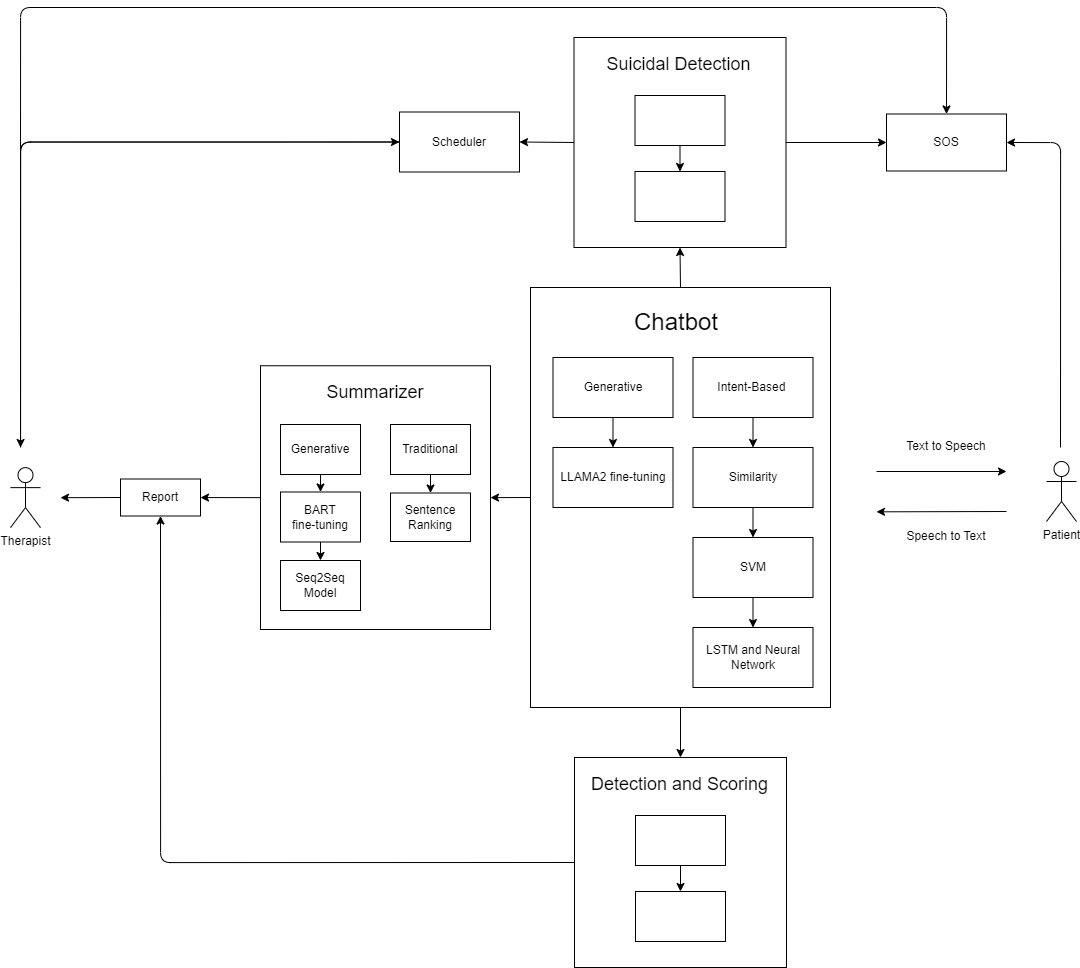
Before: report/models.png, a diagram exported from draw.io (Better-Call-Soul/Soul-AI). Source tidied: cells renumbered, new cells last; positions are measured from the earlier drawing's top-left corner, leaving out a move shared by most shapes. Source of this version:
```xml
<mxGraphModel>
  <root>
    <mxCell id="0" />
    <mxCell id="1" parent="0" />
    <mxCell id="2" style="edgeStyle=none;html=1;" parent="1" edge="1">
      <mxGeometry relative="1" as="geometry">
        <mxPoint x="866" y="464" as="sourcePoint" />
        <mxPoint x="996" y="464" as="targetPoint" />
      </mxGeometry>
    </mxCell>
    <mxCell id="3" style="edgeStyle=none;html=1;exitX=0;exitY=0.5;exitDx=0;exitDy=0;entryX=1;entryY=0.5;entryDx=0;entryDy=0;" parent="1" edge="1" source="6" target="26">
      <mxGeometry relative="1" as="geometry" />
    </mxCell>
    <mxCell id="4" style="edgeStyle=none;html=1;exitX=0.5;exitY=1;exitDx=0;exitDy=0;entryX=0.5;entryY=0;entryDx=0;entryDy=0;" parent="1" edge="1" source="6" target="23">
      <mxGeometry relative="1" as="geometry" />
    </mxCell>
    <mxCell id="5" style="html=1;exitX=0.5;exitY=0;exitDx=0;exitDy=0;entryX=0.5;entryY=1;entryDx=0;entryDy=0;fontSize=18;" parent="1" edge="1" source="6" target="47">
      <mxGeometry relative="1" as="geometry" />
    </mxCell>
    <mxCell id="6" style="rounded=0;whiteSpace=wrap;html=1;" parent="1" vertex="1">
      <mxGeometry x="520" y="280" width="300" height="420" as="geometry" />
    </mxCell>
    <mxCell id="7" style="edgeStyle=none;html=1;" parent="1" edge="1" source="8" target="13">
      <mxGeometry relative="1" as="geometry" />
    </mxCell>
    <mxCell id="8" value="Intent-Based&amp;nbsp;" style="rounded=0;whiteSpace=wrap;html=1;" parent="1" vertex="1">
      <mxGeometry x="682.5" y="350" width="120" height="60" as="geometry" />
    </mxCell>
    <mxCell id="9" value="&lt;font style=&quot;font-size: 24px;&quot;&gt;Chatbot&lt;/font&gt;" style="text;html=1;strokeColor=none;fillColor=none;align=center;verticalAlign=middle;whiteSpace=wrap;rounded=0;" parent="1" vertex="1">
      <mxGeometry x="600" y="300" width="132.5" height="30" as="geometry" />
    </mxCell>
    <mxCell id="10" style="edgeStyle=none;html=1;" parent="1" edge="1" source="11" target="17">
      <mxGeometry relative="1" as="geometry" />
    </mxCell>
    <mxCell id="11" value="Generative" style="rounded=0;whiteSpace=wrap;html=1;" parent="1" vertex="1">
      <mxGeometry x="542.5" y="350" width="120" height="60" as="geometry" />
    </mxCell>
    <mxCell id="12" style="edgeStyle=none;html=1;" parent="1" edge="1" source="13" target="15">
      <mxGeometry relative="1" as="geometry" />
    </mxCell>
    <mxCell id="13" value="Similarity" style="whiteSpace=wrap;html=1;rounded=0;" parent="1" vertex="1">
      <mxGeometry x="682.5" y="440" width="120" height="60" as="geometry" />
    </mxCell>
    <mxCell id="14" style="edgeStyle=none;html=1;" parent="1" edge="1" source="15" target="16">
      <mxGeometry relative="1" as="geometry" />
    </mxCell>
    <mxCell id="15" value="SVM" style="whiteSpace=wrap;html=1;rounded=0;" parent="1" vertex="1">
      <mxGeometry x="682.5" y="530" width="120" height="60" as="geometry" />
    </mxCell>
    <mxCell id="16" value="LSTM and Neural Network" style="whiteSpace=wrap;html=1;rounded=0;" parent="1" vertex="1">
      <mxGeometry x="682.5" y="620" width="120" height="60" as="geometry" />
    </mxCell>
    <mxCell id="17" value="LLAMA2 fine-tuning" style="whiteSpace=wrap;html=1;rounded=0;" parent="1" vertex="1">
      <mxGeometry x="542.5" y="440" width="120" height="60" as="geometry" />
    </mxCell>
    <mxCell id="18" value="Patient&lt;br&gt;" style="shape=umlActor;verticalLabelPosition=bottom;verticalAlign=top;html=1;" parent="1" vertex="1">
      <mxGeometry x="1036" y="454" width="30" height="60" as="geometry" />
    </mxCell>
    <mxCell id="19" style="edgeStyle=none;html=1;" parent="1" edge="1">
      <mxGeometry relative="1" as="geometry">
        <mxPoint x="996" y="504" as="sourcePoint" />
        <mxPoint x="866" y="504.3" as="targetPoint" />
      </mxGeometry>
    </mxCell>
    <mxCell id="20" value="Text to Speech" style="text;html=1;strokeColor=none;fillColor=none;align=center;verticalAlign=middle;whiteSpace=wrap;rounded=0;" parent="1" vertex="1">
      <mxGeometry x="846" y="424" width="180" height="30" as="geometry" />
    </mxCell>
    <mxCell id="21" value="Speech to Text" style="text;html=1;strokeColor=none;fillColor=none;align=center;verticalAlign=middle;whiteSpace=wrap;rounded=0;" parent="1" vertex="1">
      <mxGeometry x="846" y="514" width="180" height="30" as="geometry" />
    </mxCell>
    <mxCell id="22" style="edgeStyle=orthogonalEdgeStyle;html=1;exitX=0;exitY=0.5;exitDx=0;exitDy=0;entryX=0.5;entryY=1;entryDx=0;entryDy=0;" parent="1" edge="1" source="23" target="34">
      <mxGeometry relative="1" as="geometry" />
    </mxCell>
    <mxCell id="23" style="rounded=0;whiteSpace=wrap;html=1;" parent="1" vertex="1">
      <mxGeometry x="564" y="750" width="212" height="210" as="geometry" />
    </mxCell>
    <mxCell id="24" value="&lt;font style=&quot;font-size: 18px;&quot;&gt;Detection and Scoring&lt;/font&gt;" style="text;html=1;strokeColor=none;fillColor=none;align=center;verticalAlign=middle;whiteSpace=wrap;rounded=0;" parent="1" vertex="1">
      <mxGeometry x="542.5" y="761.5" width="252.5" height="30" as="geometry" />
    </mxCell>
    <mxCell id="25" style="edgeStyle=none;html=1;exitX=0;exitY=0.5;exitDx=0;exitDy=0;" parent="1" edge="1" source="26" target="34">
      <mxGeometry relative="1" as="geometry" />
    </mxCell>
    <mxCell id="26" style="rounded=0;whiteSpace=wrap;html=1;" parent="1" vertex="1">
      <mxGeometry x="250" y="358.2" width="230" height="263.8" as="geometry" />
    </mxCell>
    <mxCell id="27" value="&lt;font style=&quot;font-size: 18px;&quot;&gt;Summarizer&lt;/font&gt;" style="text;html=1;strokeColor=none;fillColor=none;align=center;verticalAlign=middle;whiteSpace=wrap;rounded=0;" parent="1" vertex="1">
      <mxGeometry x="335" y="370" width="60" height="30" as="geometry" />
    </mxCell>
    <mxCell id="28" style="edgeStyle=none;html=1;" parent="1" edge="1" source="29" target="32">
      <mxGeometry relative="1" as="geometry" />
    </mxCell>
    <mxCell id="29" value="Traditional" style="rounded=0;whiteSpace=wrap;html=1;" parent="1" vertex="1">
      <mxGeometry x="380" y="417" width="80" height="50" as="geometry" />
    </mxCell>
    <mxCell id="30" style="edgeStyle=none;html=1;exitX=0.5;exitY=1;exitDx=0;exitDy=0;entryX=0.5;entryY=0;entryDx=0;entryDy=0;fontSize=18;" parent="1" edge="1" source="31" target="53">
      <mxGeometry relative="1" as="geometry" />
    </mxCell>
    <mxCell id="31" value="Generative" style="rounded=0;whiteSpace=wrap;html=1;" parent="1" vertex="1">
      <mxGeometry x="270" y="417" width="80" height="50" as="geometry" />
    </mxCell>
    <mxCell id="32" value="Sentence Ranking" style="whiteSpace=wrap;html=1;rounded=0;" parent="1" vertex="1">
      <mxGeometry x="380" y="485.5" width="80" height="48.5" as="geometry" />
    </mxCell>
    <mxCell id="33" style="edgeStyle=none;html=1;exitX=0;exitY=0.5;exitDx=0;exitDy=0;fontSize=18;" parent="1" edge="1" source="34">
      <mxGeometry relative="1" as="geometry">
        <mxPoint x="50" y="490.2" as="targetPoint" />
      </mxGeometry>
    </mxCell>
    <mxCell id="34" value="Report" style="rounded=0;whiteSpace=wrap;html=1;" parent="1" vertex="1">
      <mxGeometry x="110" y="471.5" width="80" height="37" as="geometry" />
    </mxCell>
    <mxCell id="35" style="edgeStyle=orthogonalEdgeStyle;html=1;exitX=0;exitY=0.5;exitDx=0;exitDy=0;" parent="1" edge="1" source="37">
      <mxGeometry relative="1" as="geometry">
        <mxPoint x="10" y="440" as="targetPoint" />
        <Array as="points">
          <mxPoint x="10" y="134" />
          <mxPoint x="10" y="440" />
        </Array>
      </mxGeometry>
    </mxCell>
    <mxCell id="36" style="html=1;exitX=0;exitY=0.5;exitDx=0;exitDy=0;fontSize=18;entryX=0;entryY=0.5;entryDx=0;entryDy=0;edgeStyle=orthogonalEdgeStyle;" parent="1" edge="1" target="37">
      <mxGeometry relative="1" as="geometry">
        <mxPoint x="10" y="440" as="sourcePoint" />
        <Array as="points">
          <mxPoint x="10" y="135" />
        </Array>
      </mxGeometry>
    </mxCell>
    <mxCell id="37" value="Scheduler" style="rounded=0;whiteSpace=wrap;html=1;" parent="1" vertex="1">
      <mxGeometry x="389" y="104.5" width="120" height="60" as="geometry" />
    </mxCell>
    <mxCell id="38" value="Therapist" style="shape=umlActor;verticalLabelPosition=bottom;verticalAlign=top;html=1;" parent="1" vertex="1">
      <mxGeometry y="460.1" width="30" height="60" as="geometry" />
    </mxCell>
    <mxCell id="39" style="edgeStyle=orthogonalEdgeStyle;html=1;exitX=1;exitY=0.5;exitDx=0;exitDy=0;fontSize=18;entryX=1;entryY=0.5;entryDx=0;entryDy=0;" parent="1" edge="1" target="40">
      <mxGeometry relative="1" as="geometry">
        <mxPoint x="1050" y="440" as="sourcePoint" />
        <Array as="points">
          <mxPoint x="1050" y="135" />
        </Array>
      </mxGeometry>
    </mxCell>
    <mxCell id="40" value="SOS" style="rounded=0;whiteSpace=wrap;html=1;" parent="1" vertex="1">
      <mxGeometry x="876" y="106.5" width="120" height="57" as="geometry" />
    </mxCell>
    <mxCell id="41" style="endArrow=classic;html=1;entryX=0.5;entryY=0;entryDx=0;entryDy=0;edgeStyle=orthogonalEdgeStyle;" parent="1" edge="1" target="40">
      <mxGeometry relative="1" as="geometry">
        <mxPoint x="10" y="150" as="sourcePoint" />
        <Array as="points">
          <mxPoint x="10" />
          <mxPoint x="936" />
        </Array>
      </mxGeometry>
    </mxCell>
    <mxCell id="42" style="edgeStyle=orthogonalEdgeStyle;html=1;fontSize=24;entryX=0.5;entryY=0;entryDx=0;entryDy=0;" parent="1" edge="1" source="43" target="44">
      <mxGeometry relative="1" as="geometry" />
    </mxCell>
    <mxCell id="43" style="rounded=0;whiteSpace=wrap;html=1;fontSize=24;" parent="1" vertex="1">
      <mxGeometry x="625" y="808" width="90" height="50" as="geometry" />
    </mxCell>
    <mxCell id="44" style="rounded=0;whiteSpace=wrap;html=1;fontSize=24;" parent="1" vertex="1">
      <mxGeometry x="625" y="884" width="90" height="50" as="geometry" />
    </mxCell>
    <mxCell id="45" style="edgeStyle=none;html=1;exitX=1;exitY=0.5;exitDx=0;exitDy=0;entryX=0;entryY=0.5;entryDx=0;entryDy=0;fontSize=18;" parent="1" edge="1" source="47" target="40">
      <mxGeometry relative="1" as="geometry" />
    </mxCell>
    <mxCell id="46" style="html=1;exitX=0;exitY=0.5;exitDx=0;exitDy=0;entryX=1;entryY=0.5;entryDx=0;entryDy=0;fontSize=18;" parent="1" edge="1" source="47" target="37">
      <mxGeometry relative="1" as="geometry" />
    </mxCell>
    <mxCell id="47" style="rounded=0;whiteSpace=wrap;html=1;" parent="1" vertex="1">
      <mxGeometry x="563.5" y="30" width="212" height="210" as="geometry" />
    </mxCell>
    <mxCell id="48" value="&lt;font style=&quot;font-size: 18px;&quot;&gt;Suicidal Detection&lt;/font&gt;" style="text;html=1;strokeColor=none;fillColor=none;align=center;verticalAlign=middle;whiteSpace=wrap;rounded=0;" parent="1" vertex="1">
      <mxGeometry x="542" y="41.5" width="252.5" height="30" as="geometry" />
    </mxCell>
    <mxCell id="49" style="edgeStyle=orthogonalEdgeStyle;html=1;fontSize=24;entryX=0.5;entryY=0;entryDx=0;entryDy=0;" parent="1" edge="1" source="50" target="51">
      <mxGeometry relative="1" as="geometry" />
    </mxCell>
    <mxCell id="50" style="rounded=0;whiteSpace=wrap;html=1;fontSize=24;" parent="1" vertex="1">
      <mxGeometry x="624.5" y="88" width="90" height="50" as="geometry" />
    </mxCell>
    <mxCell id="51" style="rounded=0;whiteSpace=wrap;html=1;fontSize=24;" parent="1" vertex="1">
      <mxGeometry x="624.5" y="164" width="90" height="50" as="geometry" />
    </mxCell>
    <mxCell id="52" style="edgeStyle=none;html=1;exitX=0.5;exitY=1;exitDx=0;exitDy=0;entryX=0.5;entryY=0;entryDx=0;entryDy=0;fontSize=18;" parent="1" edge="1" source="53" target="54">
      <mxGeometry relative="1" as="geometry" />
    </mxCell>
    <mxCell id="53" value="BART &lt;br&gt;fine-tuning" style="rounded=0;whiteSpace=wrap;html=1;" parent="1" vertex="1">
      <mxGeometry x="270" y="484.5" width="80" height="50" as="geometry" />
    </mxCell>
    <mxCell id="54" value="Seq2Seq&lt;br&gt;Model" style="rounded=0;whiteSpace=wrap;html=1;" parent="1" vertex="1">
      <mxGeometry x="270" y="553" width="80" height="50" as="geometry" />
    </mxCell>
  </root>
</mxGraphModel>
```
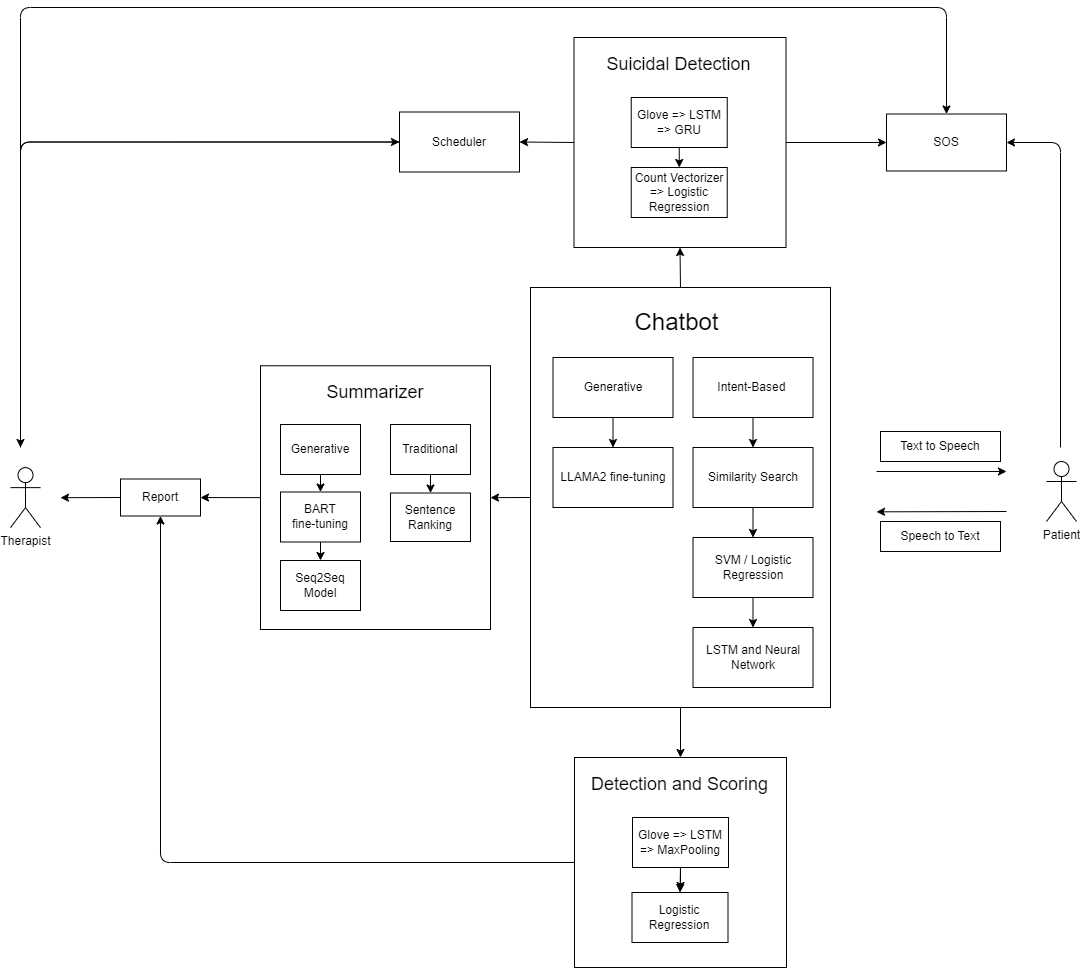
Above is the later version.

The edit, as a diff of the source:
```diff
@@ -38,13 +38,13 @@
     <mxCell id="12" style="edgeStyle=none;html=1;" parent="1" edge="1" source="13" target="15">
       <mxGeometry relative="1" as="geometry" />
     </mxCell>
-    <mxCell id="13" value="Similarity" style="whiteSpace=wrap;html=1;rounded=0;" parent="1" vertex="1">
+    <mxCell id="13" value="Similarity Search" style="whiteSpace=wrap;html=1;rounded=0;" parent="1" vertex="1">
       <mxGeometry x="682.5" y="440" width="120" height="60" as="geometry" />
     </mxCell>
     <mxCell id="14" style="edgeStyle=none;html=1;" parent="1" edge="1" source="15" target="16">
       <mxGeometry relative="1" as="geometry" />
     </mxCell>
-    <mxCell id="15" value="SVM" style="whiteSpace=wrap;html=1;rounded=0;" parent="1" vertex="1">
+    <mxCell id="15" value="SVM / Logistic Regression" style="whiteSpace=wrap;html=1;rounded=0;" parent="1" vertex="1">
       <mxGeometry x="682.5" y="530" width="120" height="60" as="geometry" />
     </mxCell>
     <mxCell id="16" value="LSTM and Neural Network" style="whiteSpace=wrap;html=1;rounded=0;" parent="1" vertex="1">
@@ -62,12 +62,6 @@
         <mxPoint x="866" y="504.3" as="targetPoint" />
       </mxGeometry>
     </mxCell>
-    <mxCell id="20" value="Text to Speech" style="text;html=1;strokeColor=none;fillColor=none;align=center;verticalAlign=middle;whiteSpace=wrap;rounded=0;" parent="1" vertex="1">
-      <mxGeometry x="846" y="424" width="180" height="30" as="geometry" />
-    </mxCell>
-    <mxCell id="21" value="Speech to Text" style="text;html=1;strokeColor=none;fillColor=none;align=center;verticalAlign=middle;whiteSpace=wrap;rounded=0;" parent="1" vertex="1">
-      <mxGeometry x="846" y="514" width="180" height="30" as="geometry" />
-    </mxCell>
     <mxCell id="22" style="edgeStyle=orthogonalEdgeStyle;html=1;exitX=0;exitY=0.5;exitDx=0;exitDy=0;entryX=0.5;entryY=1;entryDx=0;entryDy=0;" parent="1" edge="1" source="23" target="34">
       <mxGeometry relative="1" as="geometry" />
     </mxCell>
@@ -152,15 +146,12 @@
         </Array>
       </mxGeometry>
     </mxCell>
-    <mxCell id="42" style="edgeStyle=orthogonalEdgeStyle;html=1;fontSize=24;entryX=0.5;entryY=0;entryDx=0;entryDy=0;" parent="1" edge="1" source="43" target="44">
-      <mxGeometry relative="1" as="geometry" />
+    <mxCell id="42" style="edgeStyle=orthogonalEdgeStyle;html=1;fontSize=24;entryX=0.5;entryY=0;entryDx=0;entryDy=0;" parent="1" edge="1">
+      <mxGeometry relative="1" as="geometry">
+        <mxPoint x="670" y="858" as="sourcePoint" />
+        <mxPoint x="670" y="883" as="targetPoint" />
+      </mxGeometry>
     </mxCell>
-    <mxCell id="43" style="rounded=0;whiteSpace=wrap;html=1;fontSize=24;" parent="1" vertex="1">
-      <mxGeometry x="625" y="808" width="90" height="50" as="geometry" />
-    </mxCell>
-    <mxCell id="44" style="rounded=0;whiteSpace=wrap;html=1;fontSize=24;" parent="1" vertex="1">
-      <mxGeometry x="625" y="884" width="90" height="50" as="geometry" />
-    </mxCell>
     <mxCell id="45" style="edgeStyle=none;html=1;exitX=1;exitY=0.5;exitDx=0;exitDy=0;entryX=0;entryY=0.5;entryDx=0;entryDy=0;fontSize=18;" parent="1" edge="1" source="47" target="40">
       <mxGeometry relative="1" as="geometry" />
     </mxCell>
@@ -173,15 +164,6 @@
     <mxCell id="48" value="&lt;font style=&quot;font-size: 18px;&quot;&gt;Suicidal Detection&lt;/font&gt;" style="text;html=1;strokeColor=none;fillColor=none;align=center;verticalAlign=middle;whiteSpace=wrap;rounded=0;" parent="1" vertex="1">
       <mxGeometry x="542" y="41.5" width="252.5" height="30" as="geometry" />
     </mxCell>
-    <mxCell id="49" style="edgeStyle=orthogonalEdgeStyle;html=1;fontSize=24;entryX=0.5;entryY=0;entryDx=0;entryDy=0;" parent="1" edge="1" source="50" target="51">
-      <mxGeometry relative="1" as="geometry" />
-    </mxCell>
-    <mxCell id="50" style="rounded=0;whiteSpace=wrap;html=1;fontSize=24;" parent="1" vertex="1">
-      <mxGeometry x="624.5" y="88" width="90" height="50" as="geometry" />
-    </mxCell>
-    <mxCell id="51" style="rounded=0;whiteSpace=wrap;html=1;fontSize=24;" parent="1" vertex="1">
-      <mxGeometry x="624.5" y="164" width="90" height="50" as="geometry" />
-    </mxCell>
     <mxCell id="52" style="edgeStyle=none;html=1;exitX=0.5;exitY=1;exitDx=0;exitDy=0;entryX=0.5;entryY=0;entryDx=0;entryDy=0;fontSize=18;" parent="1" edge="1" source="53" target="54">
       <mxGeometry relative="1" as="geometry" />
     </mxCell>
@@ -191,5 +173,29 @@
     <mxCell id="54" value="Seq2Seq&lt;br&gt;Model" style="rounded=0;whiteSpace=wrap;html=1;" parent="1" vertex="1">
       <mxGeometry x="270" y="553" width="80" height="50" as="geometry" />
     </mxCell>
+    <mxCell id="55" style="edgeStyle=none;html=1;exitX=0.5;exitY=1;exitDx=0;exitDy=0;entryX=0.5;entryY=0;entryDx=0;entryDy=0;fontSize=12;" parent="1" edge="1" source="56" target="57">
+      <mxGeometry relative="1" as="geometry" />
+    </mxCell>
+    <mxCell id="56" value="Glove =&amp;gt; LSTM&lt;br&gt;=&amp;gt; GRU" style="rounded=0;whiteSpace=wrap;html=1;" parent="1" vertex="1">
+      <mxGeometry x="620.8" y="90" width="96" height="50" as="geometry" />
+    </mxCell>
+    <mxCell id="57" value="Count Vectorizer =&amp;gt; Logistic Regression" style="rounded=0;whiteSpace=wrap;html=1;" parent="1" vertex="1">
+      <mxGeometry x="620.8" y="160" width="96" height="50" as="geometry" />
+    </mxCell>
+    <mxCell id="58" style="edgeStyle=none;html=1;exitX=0.5;exitY=1;exitDx=0;exitDy=0;entryX=0.5;entryY=0;entryDx=0;entryDy=0;fontSize=12;" parent="1" edge="1" source="59" target="60">
+      <mxGeometry relative="1" as="geometry" />
+    </mxCell>
+    <mxCell id="59" value="Glove =&amp;gt; LSTM&lt;br&gt;=&amp;gt; MaxPooling" style="rounded=0;whiteSpace=wrap;html=1;" parent="1" vertex="1">
+      <mxGeometry x="622" y="810" width="96" height="50" as="geometry" />
+    </mxCell>
+    <mxCell id="60" value="Logistic Regression" style="rounded=0;whiteSpace=wrap;html=1;" parent="1" vertex="1">
+      <mxGeometry x="621.5" y="885" width="96" height="50" as="geometry" />
+    </mxCell>
+    <mxCell id="20" value="Text to Speech" style="rounded=0;whiteSpace=wrap;html=1;" parent="1" vertex="1">
+      <mxGeometry x="870" y="424" width="120" height="30" as="geometry" />
+    </mxCell>
+    <mxCell id="21" value="Speech to Text" style="rounded=0;whiteSpace=wrap;html=1;" parent="1" vertex="1">
+      <mxGeometry x="870" y="514" width="120" height="30" as="geometry" />
+    </mxCell>
   </root>
 </mxGraphModel>
```
